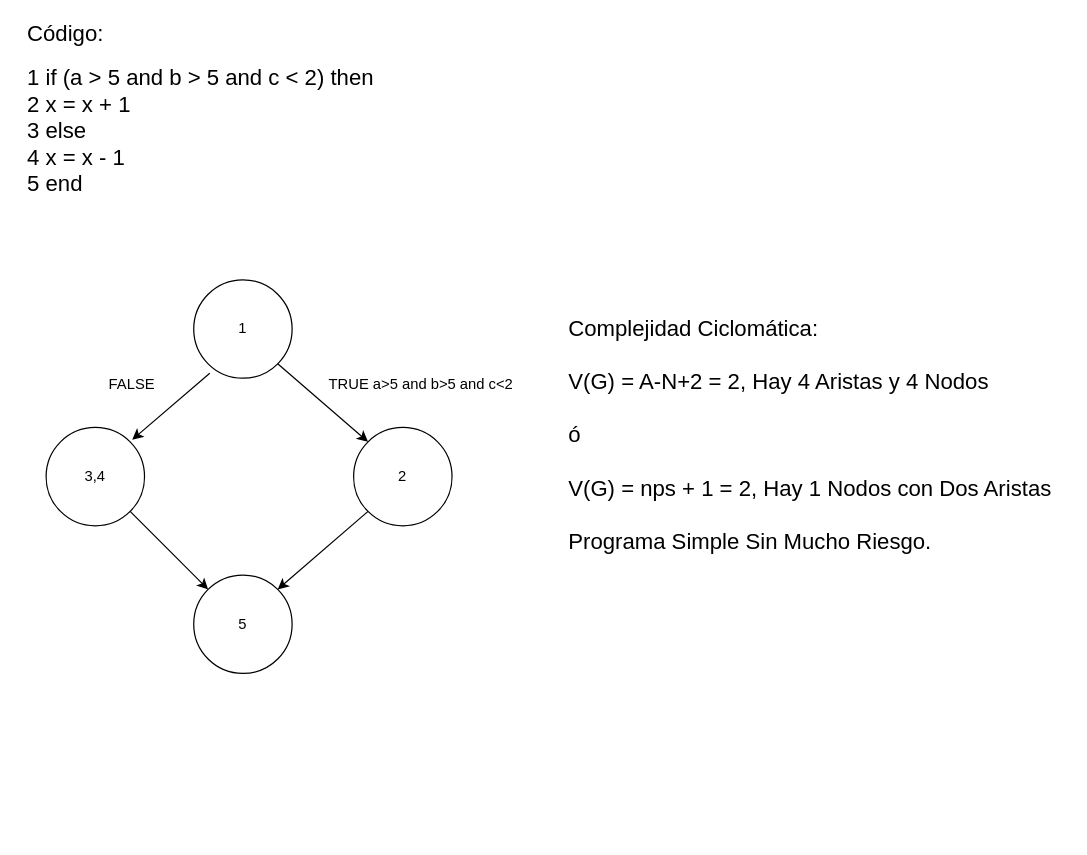
Above: Entornos de Desarrollo/Pruebas de Caja Blanca/Entrega/Ejercicio-1-Entrega.drawio in matelat-daw/DAW-2--Trimestre (draw.io), before the change. Source tidied: cells renumbered, new cells numbered last; positions are measured from the earlier drawing's top-left corner, leaving out a move shared by most shapes. Both pictures are drawn from the tidied source at 123%, with x=0, y=0 at pixel (21, 33).
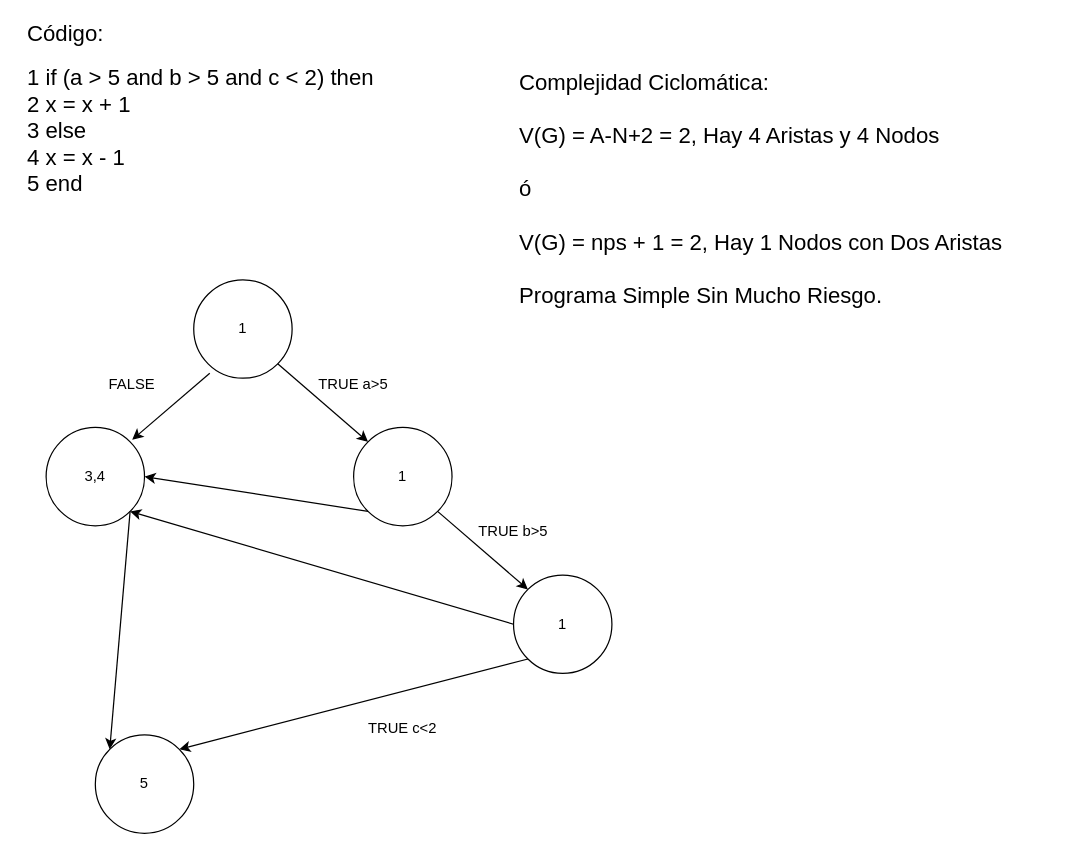
Above is the later version.

Unchanged cells that the change refers to:
```xml
<mxCell id="5" style="ellipse;whiteSpace=wrap;html=1;" parent="1" vertex="1">
  <mxGeometry x="270" y="320" width="80" height="80" as="geometry" />
</mxCell>
<mxCell id="6" style="ellipse;whiteSpace=wrap;html=1;" parent="1" vertex="1">
  <mxGeometry x="20" y="320" width="80" height="80" as="geometry" />
</mxCell>
```

Diff of the diagram source:
```diff
@@
-    <mxCell id="7" value="2" style="text;html=1;align=center;verticalAlign=middle;whiteSpace=wrap;rounded=0;" parent="1" vertex="1">
+    <mxCell id="7" value="1" style="text;html=1;align=center;verticalAlign=middle;whiteSpace=wrap;rounded=0;" parent="1" vertex="1">
       <mxGeometry x="280" y="345" width="60" height="30" as="geometry" />
     </mxCell>
@@
-    <mxCell id="11" value="TRUE a&amp;gt;5 and b&amp;gt;5 and c&amp;lt;2" style="text;html=1;align=center;verticalAlign=middle;whiteSpace=wrap;rounded=0;" parent="1" vertex="1">
-      <mxGeometry x="240" y="270" width="170" height="30" as="geometry" />
+    <mxCell id="11" value="TRUE a&amp;gt;5" style="text;html=1;align=center;verticalAlign=middle;whiteSpace=wrap;rounded=0;" parent="1" vertex="1">
+      <mxGeometry x="240" y="270" width="60" height="30" as="geometry" />
     </mxCell>
@@
     <mxCell id="13" style="ellipse;whiteSpace=wrap;html=1;" parent="1" vertex="1">
-      <mxGeometry x="140" y="440" width="80" height="80" as="geometry" />
+      <mxGeometry x="60" y="570" width="80" height="80" as="geometry" />
     </mxCell>
-    <mxCell id="14" style="endArrow=classic;html=1;rounded=0;exitX=0;exitY=1;exitDx=0;exitDy=0;entryX=1;entryY=0;entryDx=0;entryDy=0;" parent="1" edge="1" source="5" target="13">
+    <mxCell id="14" style="endArrow=classic;html=1;rounded=0;exitX=0;exitY=1;exitDx=0;exitDy=0;entryX=1;entryY=0.5;entryDx=0;entryDy=0;" parent="1" edge="1" source="5" target="6">
       <mxGeometry relative="1" as="geometry" />
     </mxCell>
@@
     <mxCell id="16" value="5" style="text;html=1;align=center;verticalAlign=middle;whiteSpace=wrap;rounded=0;" parent="1" vertex="1">
-      <mxGeometry x="150" y="465" width="60" height="30" as="geometry" />
+      <mxGeometry x="70" y="595" width="60" height="30" as="geometry" />
     </mxCell>
     <mxCell id="17" value="&lt;font style=&quot;font-size: 18px;&quot;&gt;Complejidad Ciclomática:&lt;br&gt;&lt;br&gt;&lt;/font&gt;&lt;font style=&quot;font-size: 18px;&quot;&gt;V(G) = A-N+2 = 2, Hay 4 Aristas y 4 Nodos&lt;br&gt;&lt;br&gt;ó&lt;br&gt;&lt;br&gt;V(G) = nps + 1 = 2, Hay 1 Nodos con Dos Aristas&lt;br&gt;&lt;br&gt;Programa Simple Sin Mucho Riesgo.&lt;/font&gt;" style="text;html=1;spacing=5;spacingTop=-20;whiteSpace=wrap;overflow=hidden;rounded=0;" parent="1" vertex="1">
-      <mxGeometry x="440" y="240" width="410" height="290" as="geometry" />
+      <mxGeometry x="400" y="40" width="410" height="290" as="geometry" />
     </mxCell>
+    <mxCell id="18" style="ellipse;whiteSpace=wrap;html=1;" parent="1" vertex="1">
+      <mxGeometry x="400" y="440" width="80" height="80" as="geometry" />
+    </mxCell>
+    <mxCell id="19" value="1" style="text;html=1;align=center;verticalAlign=middle;whiteSpace=wrap;rounded=0;" parent="1" vertex="1">
+      <mxGeometry x="410" y="465" width="60" height="30" as="geometry" />
+    </mxCell>
+    <mxCell id="20" style="endArrow=classic;html=1;rounded=0;entryX=0;entryY=0;entryDx=0;entryDy=0;exitX=1;exitY=1;exitDx=0;exitDy=0;" parent="1" edge="1" source="5" target="18">
+      <mxGeometry relative="1" as="geometry" />
+    </mxCell>
+    <mxCell id="21" value="TRUE b&amp;gt;5" style="text;html=1;align=center;verticalAlign=middle;whiteSpace=wrap;rounded=0;" parent="1" vertex="1">
+      <mxGeometry x="370" y="390" width="60" height="30" as="geometry" />
+    </mxCell>
+    <mxCell id="22" style="endArrow=classic;html=1;rounded=0;entryX=1;entryY=0;entryDx=0;entryDy=0;exitX=0;exitY=1;exitDx=0;exitDy=0;" parent="1" edge="1" source="18" target="13">
+      <mxGeometry relative="1" as="geometry" />
+    </mxCell>
+    <mxCell id="23" value="TRUE c&amp;lt;2" style="text;html=1;align=center;verticalAlign=middle;whiteSpace=wrap;rounded=0;" parent="1" vertex="1">
+      <mxGeometry x="280" y="550" width="60" height="30" as="geometry" />
+    </mxCell>
+    <mxCell id="24" style="endArrow=classic;html=1;rounded=0;entryX=1;entryY=1;entryDx=0;entryDy=0;exitX=0;exitY=0.5;exitDx=0;exitDy=0;" parent="1" edge="1" source="18" target="6">
+      <mxGeometry relative="1" as="geometry" />
+    </mxCell>
```
